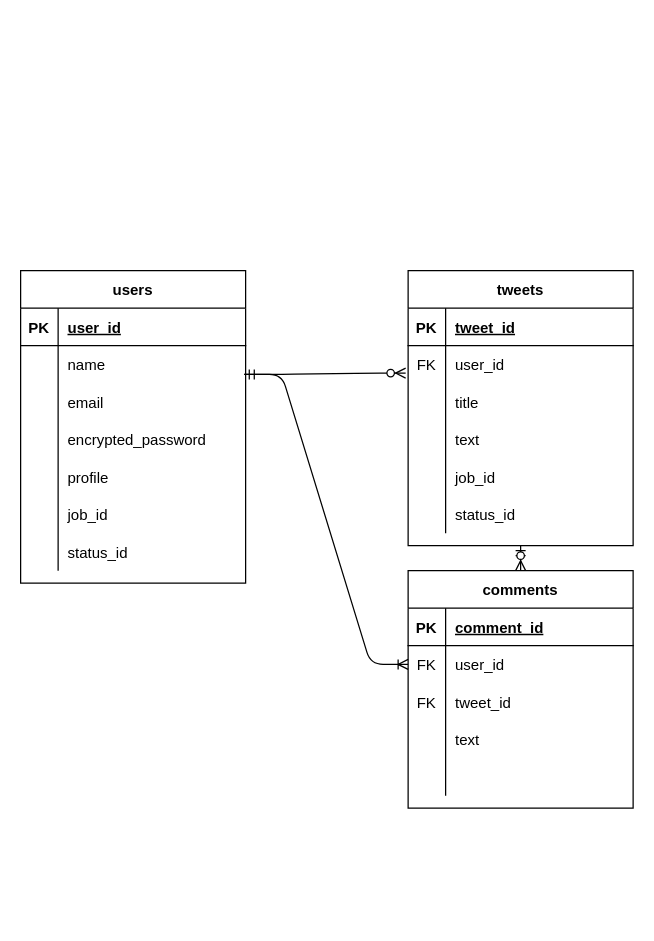
Earlier version of the draw.io diagram motivate.dio (kanou7/motivate). Source tidied: cells renumbered, new cells numbered last; positions are measured from the earlier drawing's top-left corner, leaving out a move shared by most shapes. Both pictures are drawn from the tidied source at 125%, with x=0, y=0 at pixel (20, 270).
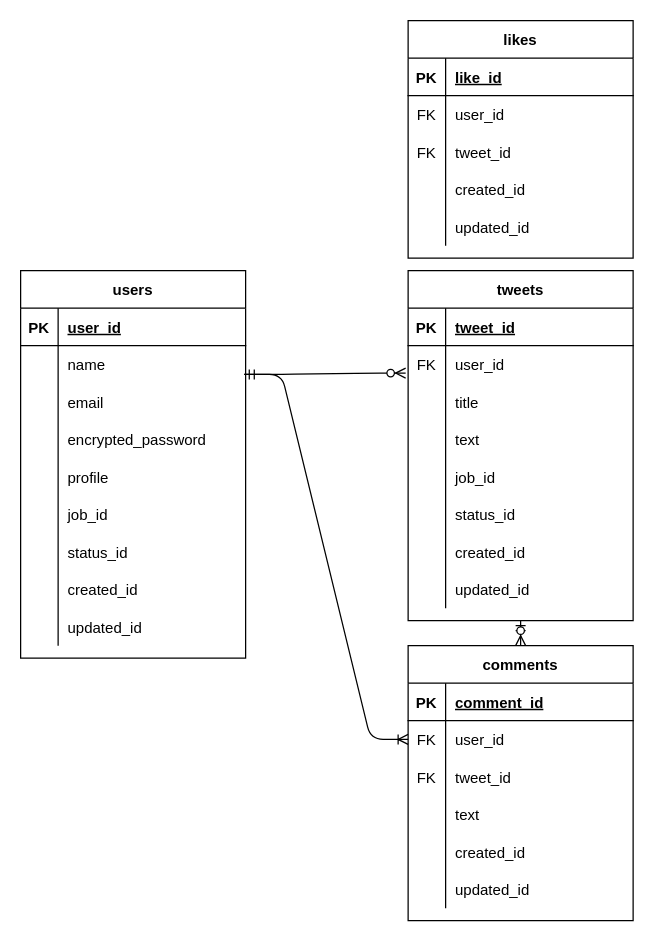
The same diagram, later.

Commit message:
likesテーブルのER図編集

The change refers to these unchanged cells:
```xml
<mxCell id="57" style="shape=partialRectangle;fillColor=none;top=0;left=0;bottom=0;right=0;" parent="44" vertex="1">
  <mxGeometry y="150" width="180" height="30" as="geometry" />
</mxCell>
```

Change to the diagram source:
```diff
@@
     <mxCell id="2" value="users" style="shape=table;startSize=30;childLayout=tableLayout;rowLines=0;fontStyle=1;align=center;" parent="1" vertex="1">
-      <mxGeometry width="180" height="250" as="geometry" />
+      <mxGeometry width="180" height="310" as="geometry" />
     </mxCell>
@@
+    <mxCell id="62" style="shape=partialRectangle;fillColor=none;top=0;left=0;bottom=0;right=0;" parent="2" vertex="1">
+      <mxGeometry y="240" width="180" height="30" as="geometry" />
+    </mxCell>
+    <mxCell id="63" style="shape=partialRectangle;fillColor=none;top=0;left=0;bottom=0;right=0;overflow=hidden;" parent="62" vertex="1">
+      <mxGeometry width="30" height="30" as="geometry" />
+    </mxCell>
+    <mxCell id="64" value="created_id" style="shape=partialRectangle;fillColor=none;top=0;left=0;bottom=0;right=0;align=left;spacingLeft=6;overflow=hidden;" parent="62" vertex="1">
+      <mxGeometry x="30" width="150" height="30" as="geometry" />
+    </mxCell>
+    <mxCell id="65" style="shape=partialRectangle;fillColor=none;top=0;left=0;bottom=0;right=0;" parent="2" vertex="1">
+      <mxGeometry y="270" width="180" height="30" as="geometry" />
+    </mxCell>
+    <mxCell id="66" style="shape=partialRectangle;fillColor=none;top=0;left=0;bottom=0;right=0;overflow=hidden;" parent="65" vertex="1">
+      <mxGeometry width="30" height="30" as="geometry" />
+    </mxCell>
+    <mxCell id="67" value="updated_id" style="shape=partialRectangle;fillColor=none;top=0;left=0;bottom=0;right=0;align=left;spacingLeft=6;overflow=hidden;" parent="65" vertex="1">
+      <mxGeometry x="30" width="150" height="30" as="geometry" />
+    </mxCell>
@@
     <mxCell id="25" value="tweets" style="shape=table;startSize=30;childLayout=tableLayout;rowLines=0;fontStyle=1;align=center;" parent="1" vertex="1">
-      <mxGeometry x="310" width="180" height="220" as="geometry" />
+      <mxGeometry x="310" width="180" height="280" as="geometry" />
     </mxCell>
@@
+    <mxCell id="68" style="shape=partialRectangle;fillColor=none;top=0;left=0;bottom=0;right=0;" parent="25" vertex="1">
+      <mxGeometry y="210" width="180" height="30" as="geometry" />
+    </mxCell>
+    <mxCell id="69" style="shape=partialRectangle;fillColor=none;top=0;left=0;bottom=0;right=0;overflow=hidden;" parent="68" vertex="1">
+      <mxGeometry width="30" height="30" as="geometry" />
+    </mxCell>
+    <mxCell id="70" value="created_id" style="shape=partialRectangle;fillColor=none;top=0;left=0;bottom=0;right=0;align=left;spacingLeft=6;overflow=hidden;" parent="68" vertex="1">
+      <mxGeometry x="30" width="150" height="30" as="geometry" />
+    </mxCell>
+    <mxCell id="71" style="shape=partialRectangle;fillColor=none;top=0;left=0;bottom=0;right=0;" parent="25" vertex="1">
+      <mxGeometry y="240" width="180" height="30" as="geometry" />
+    </mxCell>
+    <mxCell id="72" style="shape=partialRectangle;fillColor=none;top=0;left=0;bottom=0;right=0;overflow=hidden;" parent="71" vertex="1">
+      <mxGeometry width="30" height="30" as="geometry" />
+    </mxCell>
+    <mxCell id="73" value="updated_id" style="shape=partialRectangle;fillColor=none;top=0;left=0;bottom=0;right=0;align=left;spacingLeft=6;overflow=hidden;" parent="71" vertex="1">
+      <mxGeometry x="30" width="150" height="30" as="geometry" />
+    </mxCell>
     <mxCell id="44" value="comments" style="shape=table;startSize=30;childLayout=tableLayout;rowLines=0;fontStyle=1;align=center;" parent="1" vertex="1">
-      <mxGeometry x="310" y="240" width="180" height="190" as="geometry" />
+      <mxGeometry x="310" y="300" width="180" height="220" as="geometry" />
     </mxCell>
@@
-    <mxCell id="59" style="shape=partialRectangle;fillColor=none;top=0;left=0;bottom=0;right=0;align=left;spacingLeft=6;overflow=hidden;" parent="57" vertex="1">
+    <mxCell id="59" value="created_id" style="shape=partialRectangle;fillColor=none;top=0;left=0;bottom=0;right=0;align=left;spacingLeft=6;overflow=hidden;" parent="57" vertex="1">
       <mxGeometry x="30" width="150" height="30" as="geometry" />
     </mxCell>
+    <mxCell id="74" style="shape=partialRectangle;fillColor=none;top=0;left=0;bottom=0;right=0;" parent="44" vertex="1">
+      <mxGeometry y="180" width="180" height="30" as="geometry" />
+    </mxCell>
+    <mxCell id="75" style="shape=partialRectangle;fillColor=none;top=0;left=0;bottom=0;right=0;overflow=hidden;" parent="74" vertex="1">
+      <mxGeometry width="30" height="30" as="geometry" />
+    </mxCell>
+    <mxCell id="76" value="updated_id" style="shape=partialRectangle;fillColor=none;top=0;left=0;bottom=0;right=0;align=left;spacingLeft=6;overflow=hidden;" parent="74" vertex="1">
+      <mxGeometry x="30" width="150" height="30" as="geometry" />
+    </mxCell>
@@
+    <mxCell id="77" value="likes" style="shape=table;startSize=30;childLayout=tableLayout;rowLines=0;fontStyle=1;align=center;" parent="1" vertex="1">
+      <mxGeometry x="310" y="-200" width="180" height="190" as="geometry" />
+    </mxCell>
+    <mxCell id="78" style="shape=partialRectangle;fillColor=none;top=0;left=0;bottom=1;right=0;" parent="77" vertex="1">
+      <mxGeometry y="30" width="180" height="30" as="geometry" />
+    </mxCell>
+    <mxCell id="79" value="PK" style="shape=partialRectangle;fillColor=none;top=0;left=0;bottom=0;right=0;fontStyle=1;overflow=hidden;" parent="78" vertex="1">
+      <mxGeometry width="30" height="30" as="geometry" />
+    </mxCell>
+    <mxCell id="80" value="like_id" style="shape=partialRectangle;fillColor=none;top=0;left=0;bottom=0;right=0;align=left;spacingLeft=6;fontStyle=5;overflow=hidden;" parent="78" vertex="1">
+      <mxGeometry x="30" width="150" height="30" as="geometry" />
+    </mxCell>
+    <mxCell id="81" style="shape=partialRectangle;fillColor=none;top=0;left=0;bottom=0;right=0;" parent="77" vertex="1">
+      <mxGeometry y="60" width="180" height="30" as="geometry" />
+    </mxCell>
+    <mxCell id="82" value="FK" style="shape=partialRectangle;fillColor=none;top=0;left=0;bottom=0;right=0;overflow=hidden;" parent="81" vertex="1">
+      <mxGeometry width="30" height="30" as="geometry" />
+    </mxCell>
+    <mxCell id="83" value="user_id" style="shape=partialRectangle;fillColor=none;top=0;left=0;bottom=0;right=0;align=left;spacingLeft=6;overflow=hidden;" parent="81" vertex="1">
+      <mxGeometry x="30" width="150" height="30" as="geometry" />
+    </mxCell>
+    <mxCell id="84" style="shape=partialRectangle;fillColor=none;top=0;left=0;bottom=0;right=0;" parent="77" vertex="1">
+      <mxGeometry y="90" width="180" height="30" as="geometry" />
+    </mxCell>
+    <mxCell id="85" value="FK" style="shape=partialRectangle;fillColor=none;top=0;left=0;bottom=0;right=0;overflow=hidden;" parent="84" vertex="1">
+      <mxGeometry width="30" height="30" as="geometry" />
+    </mxCell>
+    <mxCell id="86" value="tweet_id" style="shape=partialRectangle;fillColor=none;top=0;left=0;bottom=0;right=0;align=left;spacingLeft=6;overflow=hidden;" parent="84" vertex="1">
+      <mxGeometry x="30" width="150" height="30" as="geometry" />
+    </mxCell>
+    <mxCell id="87" style="shape=partialRectangle;fillColor=none;top=0;left=0;bottom=0;right=0;" parent="77" vertex="1">
+      <mxGeometry y="120" width="180" height="30" as="geometry" />
+    </mxCell>
+    <mxCell id="88" style="shape=partialRectangle;fillColor=none;top=0;left=0;bottom=0;right=0;overflow=hidden;" parent="87" vertex="1">
+      <mxGeometry width="30" height="30" as="geometry" />
+    </mxCell>
+    <mxCell id="89" value="created_id" style="shape=partialRectangle;fillColor=none;top=0;left=0;bottom=0;right=0;align=left;spacingLeft=6;overflow=hidden;" parent="87" vertex="1">
+      <mxGeometry x="30" width="150" height="30" as="geometry" />
+    </mxCell>
+    <mxCell id="90" style="shape=partialRectangle;fillColor=none;top=0;left=0;bottom=0;right=0;" parent="77" vertex="1">
+      <mxGeometry y="150" width="180" height="30" as="geometry" />
+    </mxCell>
+    <mxCell id="91" style="shape=partialRectangle;fillColor=none;top=0;left=0;bottom=0;right=0;overflow=hidden;" parent="90" vertex="1">
+      <mxGeometry width="30" height="30" as="geometry" />
+    </mxCell>
+    <mxCell id="92" value="updated_id" style="shape=partialRectangle;fillColor=none;top=0;left=0;bottom=0;right=0;align=left;spacingLeft=6;overflow=hidden;" parent="90" vertex="1">
+      <mxGeometry x="30" width="150" height="30" as="geometry" />
+    </mxCell>
```
